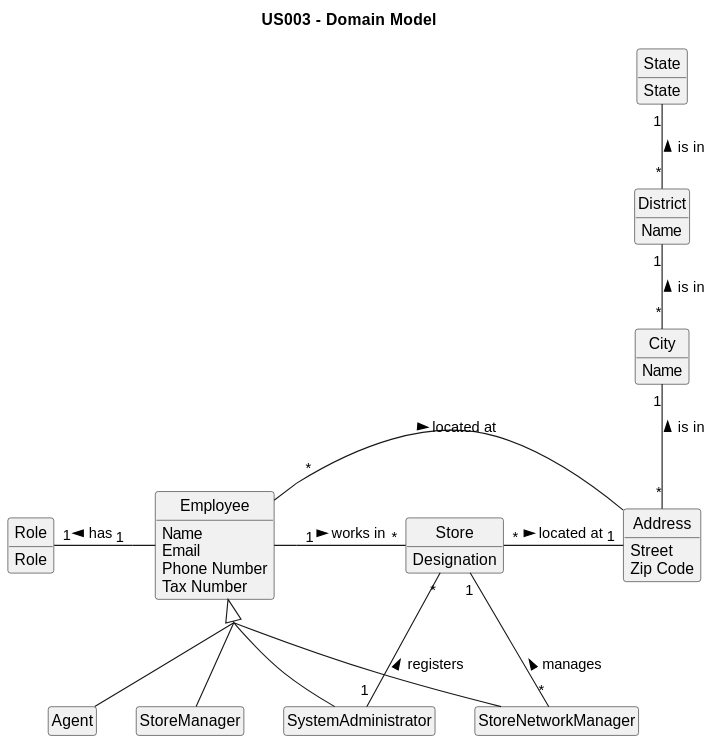
PureNimble/ISEP-LAPR2 keeps this PlantUML diagram as docs/sprintB/US03/02.analysis/svg/us03-domain-model.svg. Above is the earlier version.
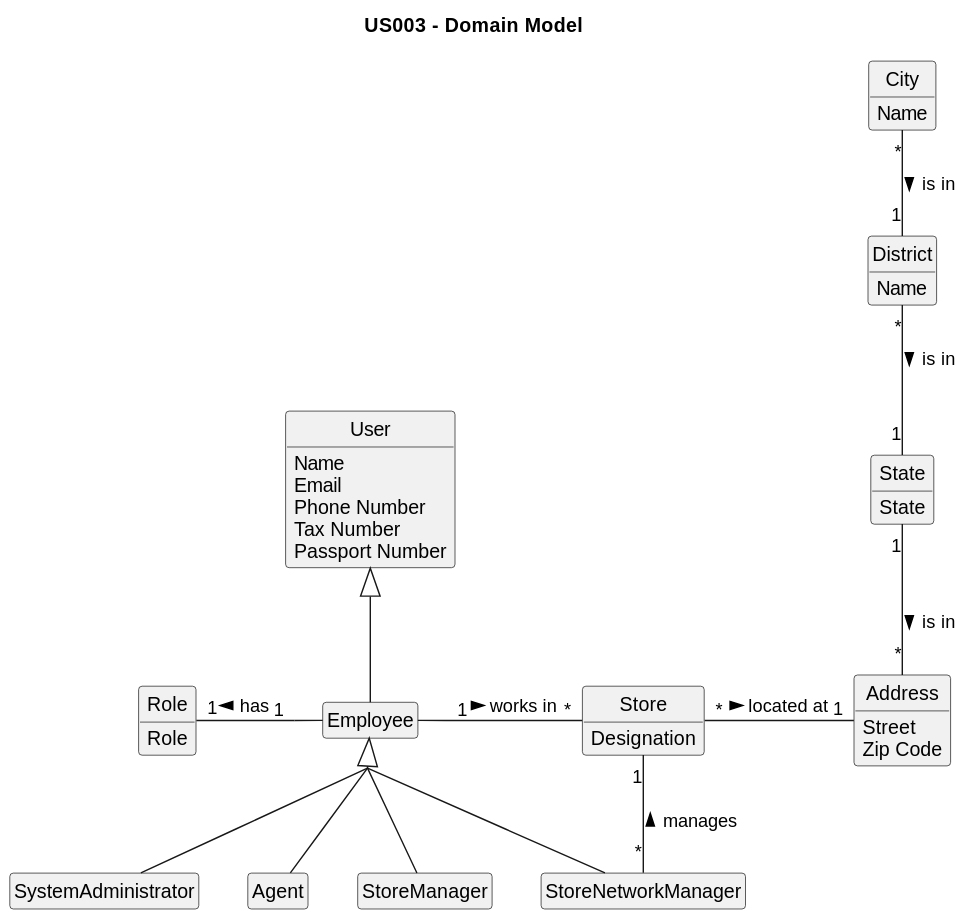
After the commit.

What changed in the source:
```diff
@@ -10,6 +10,8 @@
 hide circle
 
 class SystemAdministrator
+
+class User
 
 class Employee
 
@@ -26,6 +28,14 @@
 class Store
 
 class Address
+
+class User{
+Name
+Email
+Phone Number
+Tax Number
+Passport Number
+}
 
 class Role {
 Role
@@ -57,21 +67,18 @@
 }
 
 class Employee {
-Name
-Email
-Phone Number
-Tax Number
+
 }
 
 
 
+User <|-- Employee
 
 Employee <|-- Agent
 Employee <|-- StoreNetworkManager
 Employee <|-- StoreManager
 Employee <|-- SystemAdministrator
 
-SystemAdministrator "1" -left- "*" Store : registers >
 
 Store "*" - "1" Address : located at >
 Employee "1" - "*" Store : works in >
@@ -80,11 +87,9 @@
 
 Store "1" -- "*" StoreNetworkManager : manages <
 
-City "1" -- "*" Address : is in <
+State "1" -- "*" Address : is in >
 
-District "1" -- "*" City : is in <
+District "*" -- "1" State : is in >
 
-State "1" -- "*" District :is in <
-
-Employee "*" - Address: located at >
+City "*" -- "1" District :is in >
 @enduml
```
